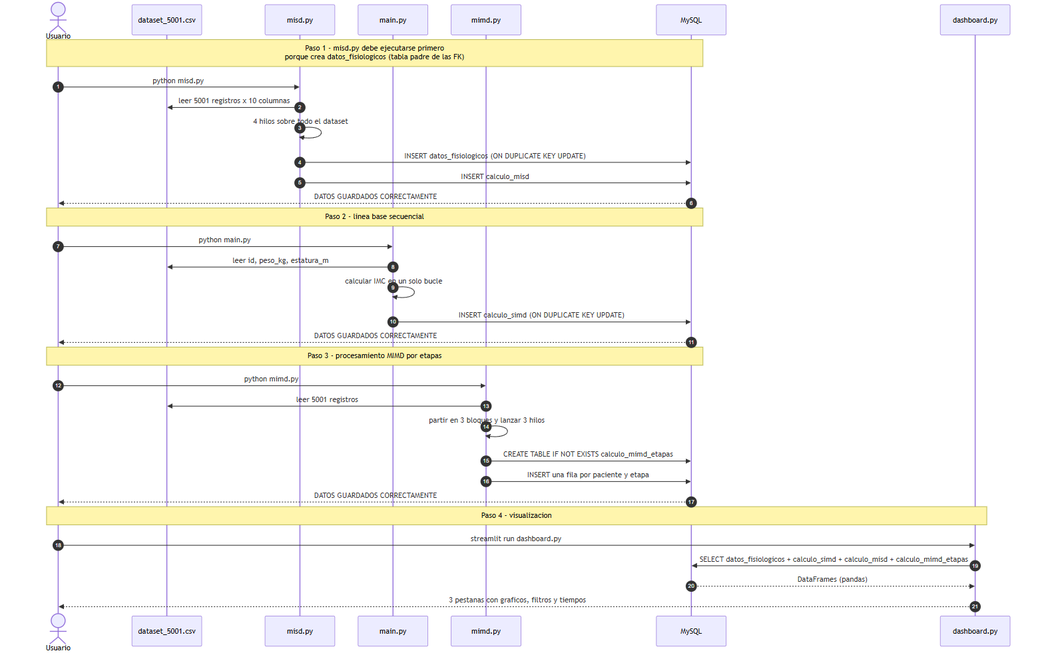
Above: diagramas/img/07-secuencia-ejecucion.png in DTiupul/Proyecto_Computacion_Paralela (Mermaid), before the change. Its source is kept beside it as diagramas/07-secuencia-ejecucion.mmd.
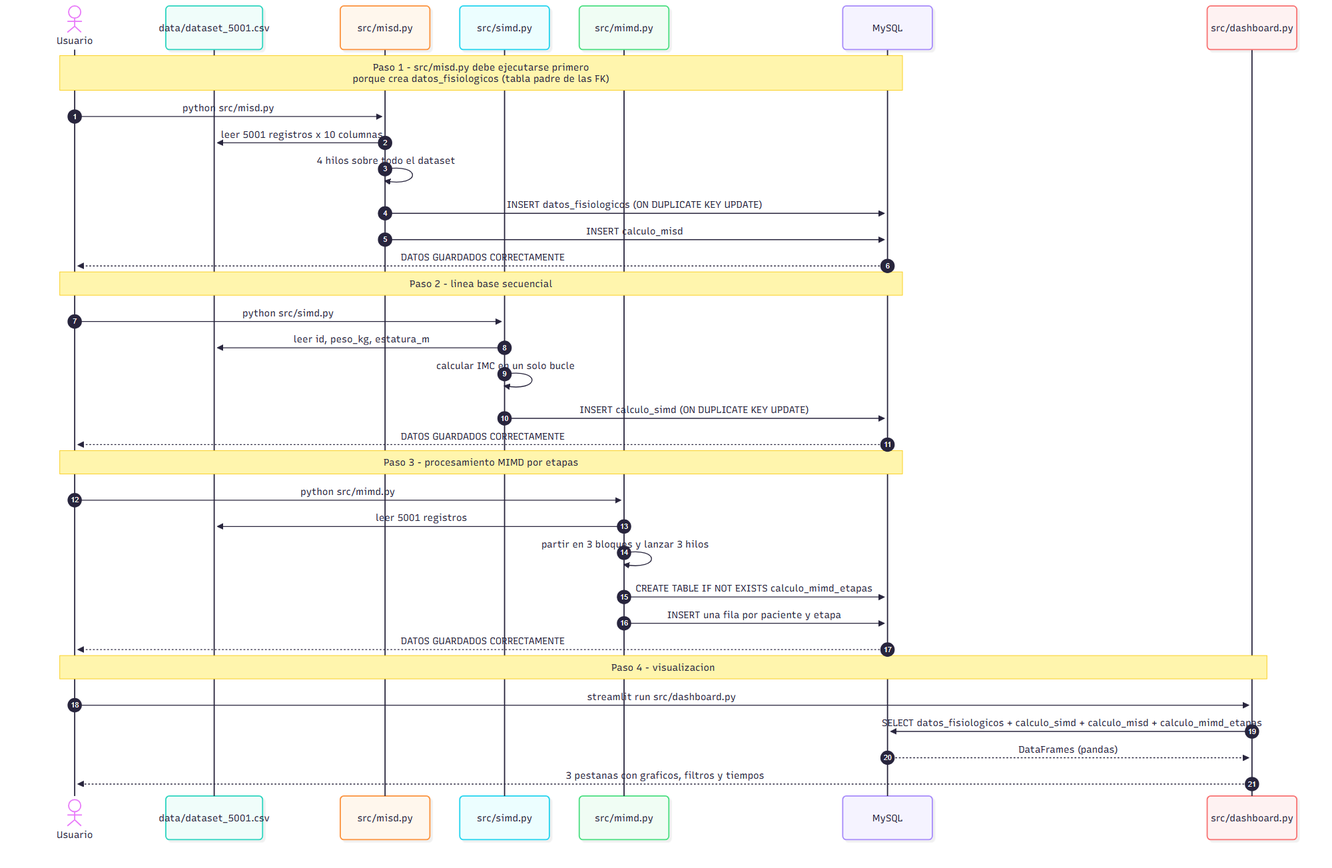
The same diagram one commit later.

Change to the diagram source:
```diff
@@ -1,15 +1,15 @@
 sequenceDiagram
     autonumber
     actor U as Usuario
-    participant CSV as dataset_5001.csv
-    participant MISD as misd.py
-    participant MAIN as main.py
-    participant MIMD as mimd.py
+    participant CSV as data/dataset_5001.csv
+    participant MISD as src/misd.py
+    participant SIMD as src/simd.py
+    participant MIMD as src/mimd.py
     participant DB as MySQL
-    participant DASH as dashboard.py
+    participant DASH as src/dashboard.py
 
-    Note over U,DB: Paso 1 - misd.py debe ejecutarse primero<br/>porque crea datos_fisiologicos (tabla padre de las FK)
-    U->>MISD: python misd.py
+    Note over U,DB: Paso 1 - src/misd.py debe ejecutarse primero<br/>porque crea datos_fisiologicos (tabla padre de las FK)
+    U->>MISD: python src/misd.py
     MISD->>CSV: leer 5001 registros x 10 columnas
     MISD->>MISD: 4 hilos sobre todo el dataset
     MISD->>DB: INSERT datos_fisiologicos (ON DUPLICATE KEY UPDATE)
@@ -17,14 +17,14 @@
     DB-->>U: DATOS GUARDADOS CORRECTAMENTE
 
     Note over U,DB: Paso 2 - linea base secuencial
-    U->>MAIN: python main.py
-    MAIN->>CSV: leer id, peso_kg, estatura_m
-    MAIN->>MAIN: calcular IMC en un solo bucle
-    MAIN->>DB: INSERT calculo_simd (ON DUPLICATE KEY UPDATE)
+    U->>SIMD: python src/simd.py
+    SIMD->>CSV: leer id, peso_kg, estatura_m
+    SIMD->>SIMD: calcular IMC en un solo bucle
+    SIMD->>DB: INSERT calculo_simd (ON DUPLICATE KEY UPDATE)
     DB-->>U: DATOS GUARDADOS CORRECTAMENTE
 
     Note over U,DB: Paso 3 - procesamiento MIMD por etapas
-    U->>MIMD: python mimd.py
+    U->>MIMD: python src/mimd.py
     MIMD->>CSV: leer 5001 registros
     MIMD->>MIMD: partir en 3 bloques y lanzar 3 hilos
     MIMD->>DB: CREATE TABLE IF NOT EXISTS calculo_mimd_etapas
@@ -32,7 +32,7 @@
     DB-->>U: DATOS GUARDADOS CORRECTAMENTE
 
     Note over U,DASH: Paso 4 - visualizacion
-    U->>DASH: streamlit run dashboard.py
+    U->>DASH: streamlit run src/dashboard.py
     DASH->>DB: SELECT datos_fisiologicos + calculo_simd + calculo_misd + calculo_mimd_etapas
     DB-->>DASH: DataFrames (pandas)
     DASH-->>U: 3 pestanas con graficos, filtros y tiempos
```
